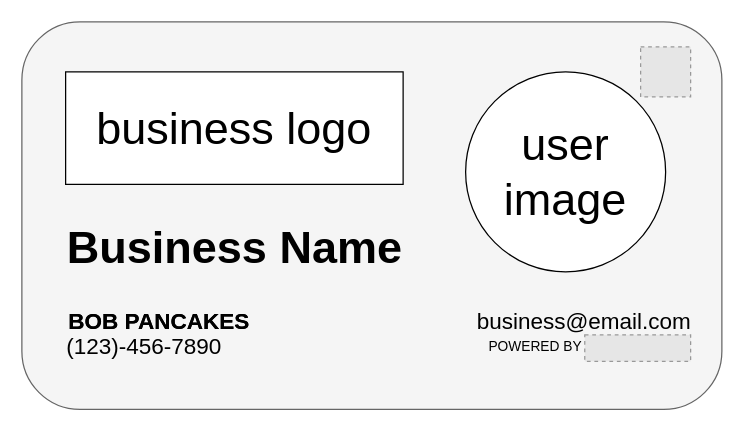
This is wireframes/Default Card/DefaultCardUpdated.drawio from harleenjhamat/CSTP2107-BusinessCardApp, a draw.io file, before an edit. Source tidied: cells renumbered, new cells numbered last; positions are measured from the earlier drawing's top-left corner, leaving out a move shared by most shapes. Both pictures are drawn from the tidied source at 125%, with x=0, y=0 at pixel (21, 21). Pictures stored in the file or linked from it are replaced by grey dashed boxes.
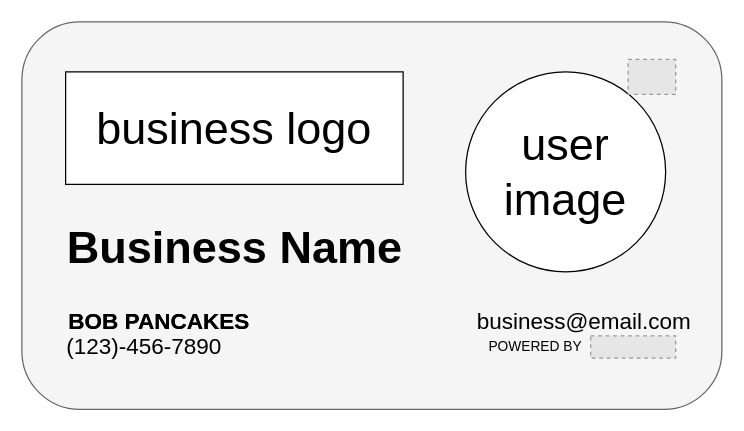
After the change.

Diff of the diagram source:
```diff
@@
 <mxGraphModel>
   <root>
     <mxCell id="0" />
     <mxCell id="1" parent="0" />
     <mxCell id="2" style="rounded=1;whiteSpace=wrap;html=1;strokeColor=#666666;fillColor=#f5f5f5;fontColor=#333333;" parent="1" vertex="1">
       <mxGeometry width="560" height="310" as="geometry" />
     </mxCell>
     <mxCell id="3" value="BOB PANCAKES" style="text;html=1;strokeColor=none;fillColor=none;align=center;verticalAlign=middle;whiteSpace=wrap;rounded=0;fontStyle=1;fontSize=18;" parent="1" vertex="1">
       <mxGeometry x="15" y="230" width="190" height="20" as="geometry" />
     </mxCell>
     <mxCell id="4" value="BOB PANCAKES" style="text;html=1;strokeColor=none;fillColor=none;align=center;verticalAlign=middle;whiteSpace=wrap;rounded=0;fontStyle=1;fontSize=18;" parent="1" vertex="1">
       <mxGeometry x="15" y="230" width="190" height="20" as="geometry" />
     </mxCell>
     <mxCell id="5" value="&lt;span style=&quot;font-weight: 400&quot;&gt;(123)-456-7890&lt;/span&gt;" style="text;html=1;strokeColor=none;fillColor=none;align=center;verticalAlign=middle;whiteSpace=wrap;rounded=0;fontStyle=1;fontSize=18;" parent="1" vertex="1">
       <mxGeometry x="3" y="250" width="190" height="20" as="geometry" />
     </mxCell>
     <mxCell id="6" value="Business Name" style="text;html=1;strokeColor=none;fillColor=none;align=center;verticalAlign=middle;whiteSpace=wrap;rounded=0;fontSize=36;fontStyle=1;" parent="1" vertex="1">
       <mxGeometry x="22.5" y="140" width="295" height="80" as="geometry" />
     </mxCell>
     <mxCell id="7" value="&lt;span style=&quot;font-weight: 400&quot;&gt;business@email.com&lt;/span&gt;" style="text;html=1;strokeColor=none;fillColor=none;align=center;verticalAlign=middle;whiteSpace=wrap;rounded=0;fontStyle=1;fontSize=18;" parent="1" vertex="1">
       <mxGeometry x="355" y="230" width="190" height="20" as="geometry" />
     </mxCell>
     <mxCell id="8" value="user image" style="ellipse;whiteSpace=wrap;html=1;fontSize=36;labelBackgroundColor=none;labelBorderColor=none;" parent="1" vertex="1">
       <mxGeometry x="355" y="40" width="160" height="160" as="geometry" />
     </mxCell>
     <mxCell id="9" value="business logo" style="rounded=0;whiteSpace=wrap;html=1;labelBackgroundColor=none;fontSize=36;fontColor=#000000;fillColor=#ffffff;" parent="1" vertex="1">
       <mxGeometry x="35" y="40" width="270" height="90" as="geometry" />
     </mxCell>
     <mxCell id="10" value="&lt;font style=&quot;font-size: 11px&quot;&gt;&lt;span style=&quot;font-weight: 400&quot;&gt;POWERED BY&lt;/span&gt;&lt;/font&gt;" style="text;html=1;strokeColor=none;fillColor=none;align=center;verticalAlign=middle;whiteSpace=wrap;rounded=0;fontStyle=1;fontSize=18;" parent="1" vertex="1">
       <mxGeometry x="371.3" y="248.3" width="80" height="20" as="geometry" />
     </mxCell>
-    <mxCell id="11" style="fillColor=#E6E6E6;strokeColor=#999999;dashed=1;verticalLabelPosition=bottom;labelBackgroundColor=#ffffff;verticalAlign=top;" parent="1" vertex="1">
-      <mxGeometry x="495" y="20" width="40" height="40" as="geometry" />
-    </mxCell>
-    <mxCell id="12" style="fillColor=#E6E6E6;strokeColor=#999999;dashed=1;verticalLabelPosition=bottom;labelBackgroundColor=#ffffff;verticalAlign=top;" parent="1" vertex="1">
-      <mxGeometry x="450.3" y="250.3" width="84.7" height="21.3" as="geometry" />
-    </mxCell>
+    <mxCell id="13" style="fillColor=#E6E6E6;strokeColor=#999999;dashed=1;verticalLabelPosition=bottom;labelBackgroundColor=#ffffff;verticalAlign=top;" parent="1" vertex="1">
+      <mxGeometry x="455" y="251.1" width="68" height="17.9" as="geometry" />
+    </mxCell>
+    <mxCell id="14" style="fillColor=#E6E6E6;strokeColor=#999999;dashed=1;verticalLabelPosition=bottom;labelBackgroundColor=#ffffff;verticalAlign=top;" parent="1" vertex="1">
+      <mxGeometry x="485" y="30" width="38" height="28" as="geometry" />
+    </mxCell>
   </root>
 </mxGraphModel>
```
